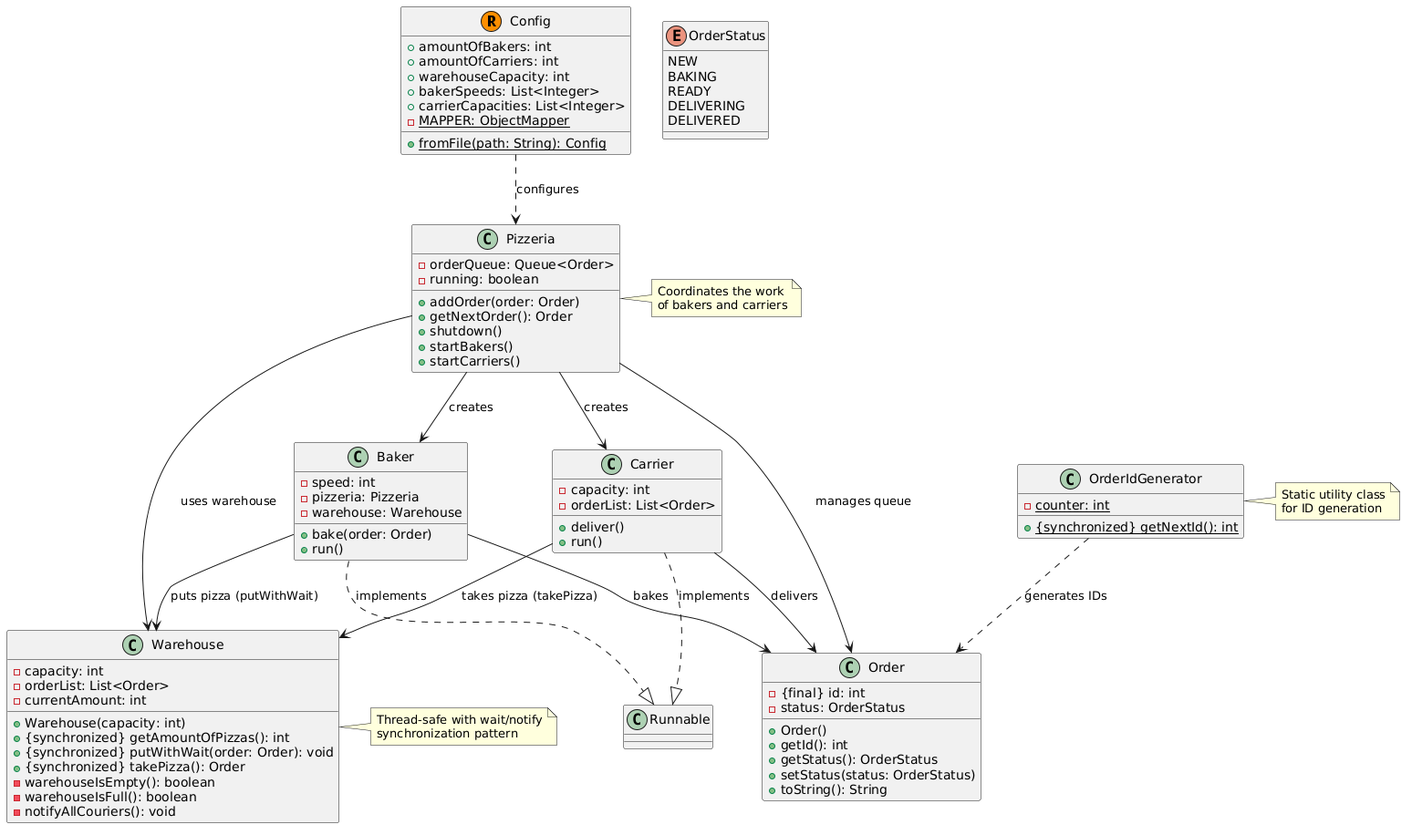
Artem351/OOP keeps this PlantUML diagram as Task_2_2_1/PizzeriaUML.png. Above is the earlier version.
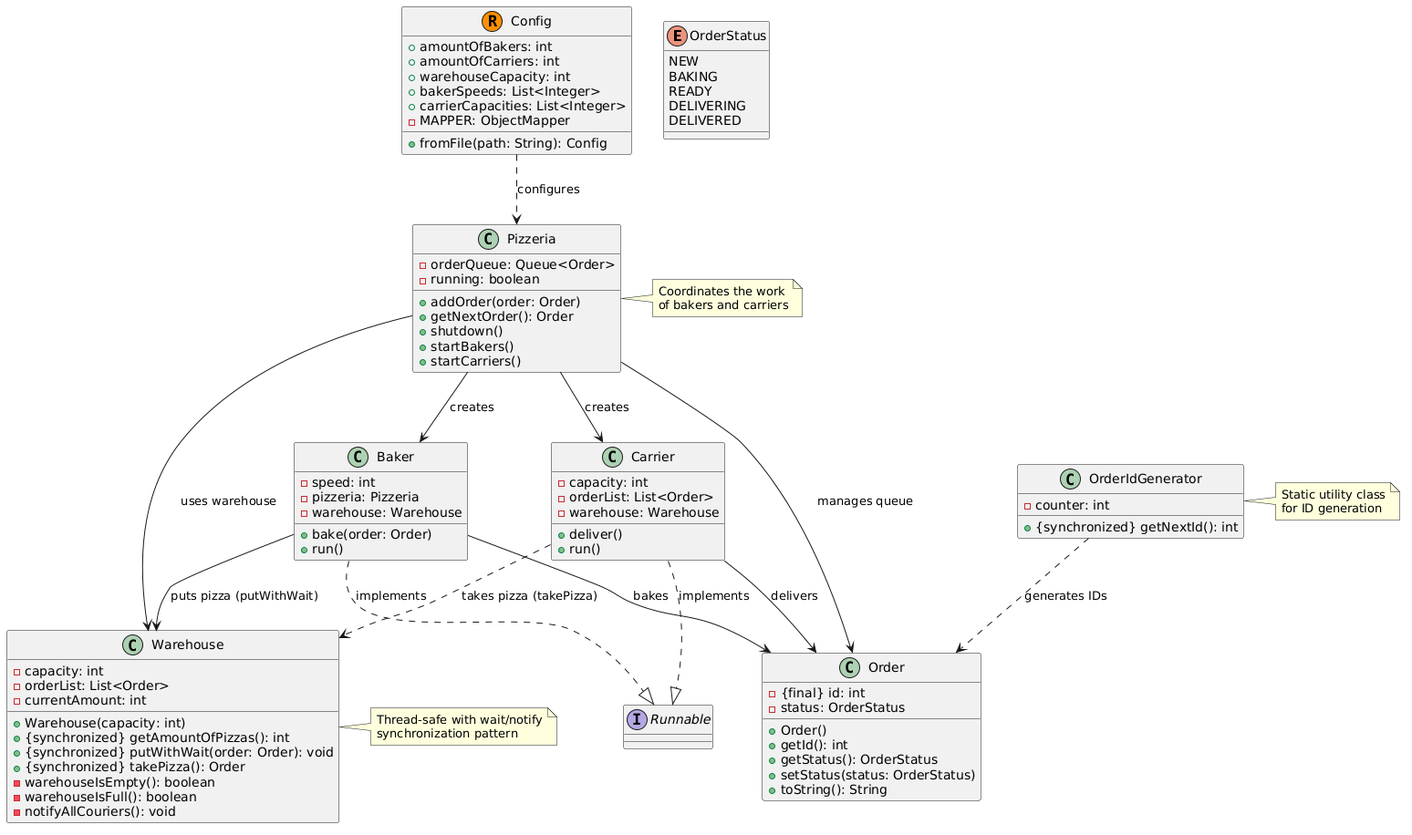
Later version of the same file.

Diff of the diagram source:
```diff
@@ -1,12 +1,10 @@
 @startuml
-record Config {
-  + amountOfBakers: int
-  + amountOfCarriers: int
-  + warehouseCapacity: int
-  + bakerSpeeds: List<Integer>
-  + carrierCapacities: List<Integer>
-  - {static} MAPPER: ObjectMapper
-  + {static} fromFile(path: String): Config
+enum OrderStatus {
+  NEW
+  BAKING
+  READY
+  DELIVERING
+  DELIVERED
 }
 
 class Order {
@@ -17,19 +15,6 @@
   + getStatus(): OrderStatus
   + setStatus(status: OrderStatus)
   + toString(): String
-}
-
-class OrderIdGenerator {
-  - {static} counter: int
-  + {static} {synchronized} getNextId(): int
-}
-
-enum OrderStatus {
-  NEW
-  BAKING
-  READY
-  DELIVERING
-  DELIVERED
 }
 
 class Baker {
@@ -43,6 +28,7 @@
 class Carrier {
   - capacity: int
   - orderList: List<Order>
+  - warehouse: Warehouse
   + deliver()
   + run()
 }
@@ -70,17 +56,39 @@
   + startCarriers()
 }
 
+record Config {
+  + amountOfBakers: int
+  + amountOfCarriers: int
+  + warehouseCapacity: int
+  + bakerSpeeds: List<Integer>
+  + carrierCapacities: List<Integer>
+  - MAPPER: ObjectMapper
+  + fromFile(path: String): Config
+}
+
+class OrderIdGenerator {
+  - counter: int
+  + {synchronized} getNextId(): int
+}
+
+interface Runnable {
+}
+
+Config ..> Pizzeria : configures
+
+Pizzeria --> Baker : creates
+Pizzeria --> Carrier : creates
+Pizzeria --> Order : manages queue
+Pizzeria --> Warehouse : uses warehouse
+
 Baker ..|> Runnable : implements
-Carrier ..|> Runnable : implements
 Baker --> Order : bakes
 Baker --> Warehouse : puts pizza (putWithWait)
-Carrier --> Warehouse : takes pizza (takePizza)
+
+Carrier ..|> Runnable : implements
 Carrier --> Order : delivers
-Pizzeria --> Order : manages queue
-Pizzeria --> Warehouse : uses warehouse
-Pizzeria --> Baker : creates
-Pizzeria --> Carrier : creates
-Config ..> Pizzeria : configures
+Carrier ..> Warehouse : takes pizza (takePizza)
+
 OrderIdGenerator ..> Order : generates IDs
 
 note right of Pizzeria
```
